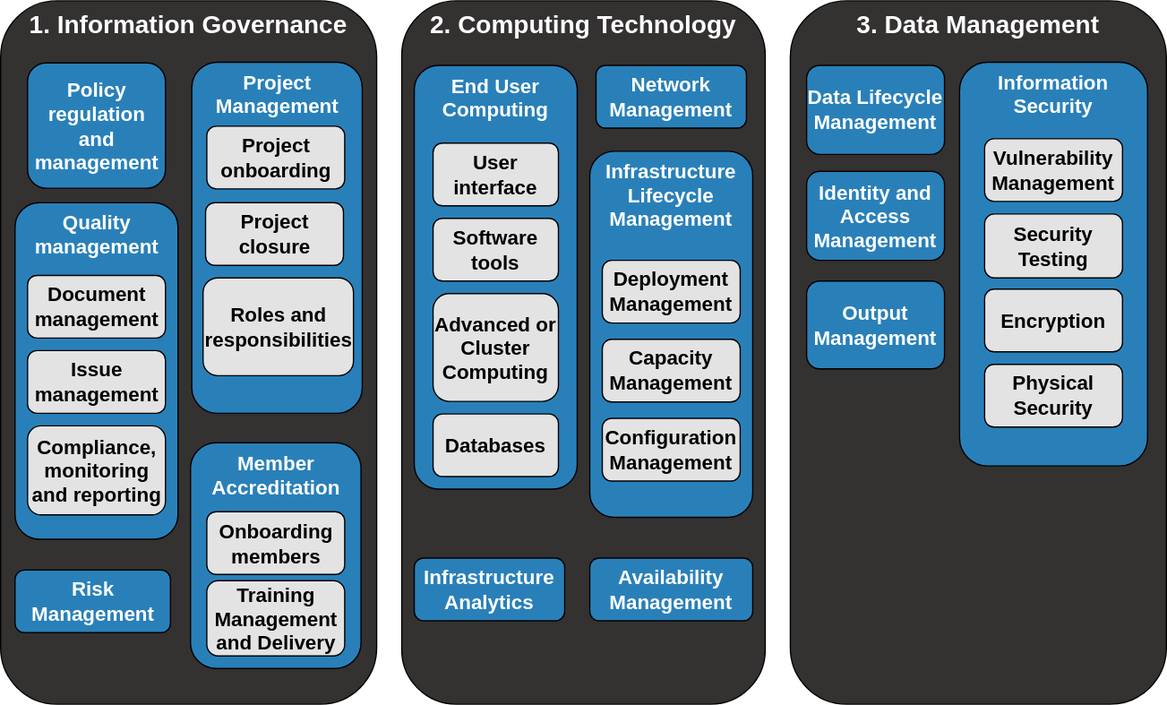
This is docs/images/Capability_Map/full.drawio.svg from sa-tre/satre-specification, a draw.io export, as it was before one commit. Source tidied: cells renumbered, new cells last; positions are measured from the earlier drawing's top-left corner, leaving out a move shared by most shapes. Source of this version:
```xml
<mxGraphModel>
  <root>
    <mxCell id="0" />
    <mxCell id="1" parent="0" />
    <mxCell id="2" value="&lt;font color=&quot;#ffffff&quot; style=&quot;font-size: 20px;&quot;&gt;2. Computing Technology&lt;/font&gt;" style="rounded=1;whiteSpace=wrap;html=1;fillColor=#343131;strokeColor=#000000;verticalAlign=top;fontSize=20;fontStyle=1;" parent="1" vertex="1">
      <mxGeometry x="320" width="290" height="561" as="geometry" />
    </mxCell>
    <mxCell id="3" value="&lt;font color=&quot;#ffffff&quot; style=&quot;font-size: 20px;&quot;&gt;1. Information Governance&lt;/font&gt;" style="rounded=1;whiteSpace=wrap;html=1;fillColor=#343131;strokeColor=#000000;verticalAlign=top;fontSize=20;fontStyle=1;" parent="1" vertex="1">
      <mxGeometry width="300" height="561" as="geometry" />
    </mxCell>
    <mxCell id="4" value="&lt;font color=&quot;#ffffff&quot; style=&quot;font-size: 20px;&quot;&gt;3. Data Management&lt;/font&gt;" style="rounded=1;whiteSpace=wrap;html=1;fillColor=#343131;strokeColor=#000000;verticalAlign=top;fontSize=20;fontStyle=1;gradientColor=none;" parent="1" vertex="1">
      <mxGeometry x="630" width="300" height="561" as="geometry" />
    </mxCell>
    <mxCell id="5" value="&lt;font style=&quot;font-size: 16px;&quot;&gt;Member Accreditation&lt;/font&gt;" style="rounded=1;whiteSpace=wrap;html=1;fillColor=#2980B9;strokeColor=#000000;verticalAlign=top;fontSize=16;fontStyle=1;fontColor=#FFFFFF;" parent="1" vertex="1">
      <mxGeometry x="151.5" y="352.5" width="136" height="180" as="geometry" />
    </mxCell>
    <mxCell id="6" value="&lt;font style=&quot;font-size: 16px;&quot;&gt;Risk Management&lt;/font&gt;" style="rounded=1;whiteSpace=wrap;html=1;fillColor=#2980B9;strokeColor=#000000;fontSize=16;fontStyle=1;fontColor=#FFFFFF;" parent="1" vertex="1">
      <mxGeometry x="11.5" y="454" width="124" height="50" as="geometry" />
    </mxCell>
    <mxCell id="7" value="&lt;font style=&quot;font-size: 16px;&quot;&gt;Training Management and Delivery&lt;/font&gt;" style="rounded=1;whiteSpace=wrap;html=1;fillColor=#E3E3E3;strokeColor=#000000;fontSize=16;fontStyle=1;fontColor=#000000;labelBorderColor=none;" parent="1" vertex="1">
      <mxGeometry x="164.5" y="462.5" width="110" height="60" as="geometry" />
    </mxCell>
    <mxCell id="8" value="&lt;font style=&quot;font-size: 16px;&quot;&gt;Infrastructure Lifecycle Management&amp;nbsp;&lt;/font&gt;" style="rounded=1;whiteSpace=wrap;html=1;fillColor=#2980B9;strokeColor=#000000;verticalAlign=top;fontSize=16;fontStyle=1;fontColor=#FFFFFF;" parent="1" vertex="1">
      <mxGeometry x="470" y="120" width="130" height="292" as="geometry" />
    </mxCell>
    <mxCell id="9" value="&lt;font style=&quot;font-size: 16px;&quot;&gt;Network Management&lt;/font&gt;" style="rounded=1;whiteSpace=wrap;html=1;fillColor=#2980B9;strokeColor=#000000;fontSize=16;fontStyle=1;fontColor=#FFFFFF;" parent="1" vertex="1">
      <mxGeometry x="475" y="51.5" width="120" height="50" as="geometry" />
    </mxCell>
    <mxCell id="10" value="&lt;font style=&quot;font-size: 16px;&quot;&gt;End User Computing&lt;/font&gt;" style="rounded=1;whiteSpace=wrap;html=1;fillColor=#2980B9;strokeColor=#000000;fontSize=16;fontStyle=1;verticalAlign=top;fontColor=#FFFFFF;" parent="1" vertex="1">
      <mxGeometry x="330" y="51.5" width="130" height="338" as="geometry" />
    </mxCell>
    <mxCell id="11" value="&lt;font style=&quot;font-size: 16px;&quot;&gt;Advanced or Cluster Computing&lt;/font&gt;" style="rounded=1;whiteSpace=wrap;html=1;fillColor=#E3E3E3;strokeColor=#000000;fontSize=16;fontStyle=1;fontColor=#000000;labelBorderColor=none;" parent="1" vertex="1">
      <mxGeometry x="345" y="233.5" width="100" height="86" as="geometry" />
    </mxCell>
    <mxCell id="12" value="&lt;font style=&quot;font-size: 16px;&quot;&gt;Capacity Management&lt;/font&gt;" style="rounded=1;whiteSpace=wrap;html=1;fillColor=#E3E3E3;strokeColor=#000000;fontSize=16;fontStyle=1;fontColor=#000000;labelBorderColor=none;" parent="1" vertex="1">
      <mxGeometry x="480" y="270" width="110" height="50" as="geometry" />
    </mxCell>
    <mxCell id="13" value="&lt;font style=&quot;font-size: 16px;&quot;&gt;Deployment Management&lt;/font&gt;" style="rounded=1;whiteSpace=wrap;html=1;fillColor=#E3E3E3;strokeColor=#000000;fontSize=16;fontStyle=1;fontColor=#000000;labelBorderColor=none;" parent="1" vertex="1">
      <mxGeometry x="480" y="207" width="110" height="50" as="geometry" />
    </mxCell>
    <mxCell id="14" value="&lt;font style=&quot;font-size: 16px;&quot;&gt;Configuration Management&lt;/font&gt;" style="rounded=1;whiteSpace=wrap;html=1;fillColor=#E3E3E3;strokeColor=#000000;fontSize=16;fontStyle=1;fontColor=#000000;labelBorderColor=none;" parent="1" vertex="1">
      <mxGeometry x="480" y="333" width="110" height="50" as="geometry" />
    </mxCell>
    <mxCell id="15" value="&lt;font style=&quot;font-size: 16px;&quot;&gt;Output Management&lt;/font&gt;" style="rounded=1;whiteSpace=wrap;html=1;fillColor=#2980B9;strokeColor=#000000;fontSize=16;fontStyle=1;fontColor=#FFFFFF;" parent="1" vertex="1">
      <mxGeometry x="643" y="223.5" width="110" height="70" as="geometry" />
    </mxCell>
    <mxCell id="16" value="&lt;font style=&quot;font-size: 16px;&quot;&gt;Identity and Access Management&lt;/font&gt;" style="rounded=1;whiteSpace=wrap;html=1;fillColor=#2980B9;strokeColor=#000000;fontSize=16;fontStyle=1;fontColor=#FFFFFF;" parent="1" vertex="1">
      <mxGeometry x="643" y="136" width="110" height="71" as="geometry" />
    </mxCell>
    <mxCell id="17" value="&lt;font style=&quot;font-size: 16px;&quot;&gt;Data Lifecycle Management&lt;/font&gt;" style="rounded=1;whiteSpace=wrap;html=1;fillColor=#2980B9;strokeColor=#000000;fontSize=16;fontStyle=1;fontColor=#FFFFFF;" parent="1" vertex="1">
      <mxGeometry x="643" y="51.5" width="110" height="71" as="geometry" />
    </mxCell>
    <mxCell id="18" value="&lt;font style=&quot;font-size: 16px;&quot;&gt;Information Security&lt;/font&gt;" style="rounded=1;whiteSpace=wrap;html=1;fillColor=#2980B9;strokeColor=#000000;verticalAlign=top;fontSize=16;fontStyle=1;fontColor=#FFFFFF;" parent="1" vertex="1">
      <mxGeometry x="765" y="49" width="150" height="322" as="geometry" />
    </mxCell>
    <mxCell id="19" value="&lt;font style=&quot;font-size: 16px;&quot;&gt;Vulnerability Management&lt;/font&gt;" style="rounded=1;whiteSpace=wrap;html=1;fillColor=#E3E3E3;strokeColor=#000000;fontSize=16;fontStyle=1;fontColor=#000000;labelBorderColor=none;" parent="1" vertex="1">
      <mxGeometry x="785" y="110" width="110" height="50" as="geometry" />
    </mxCell>
    <mxCell id="20" value="&lt;font style=&quot;font-size: 16px;&quot;&gt;Security Testing&lt;/font&gt;" style="rounded=1;whiteSpace=wrap;html=1;fillColor=#E3E3E3;strokeColor=#000000;fontSize=16;fontStyle=1;fontColor=#000000;labelBorderColor=none;" parent="1" vertex="1">
      <mxGeometry x="785" y="170" width="110" height="51" as="geometry" />
    </mxCell>
    <mxCell id="21" value="&lt;font style=&quot;font-size: 16px;&quot;&gt;Encryption&lt;/font&gt;" style="rounded=1;whiteSpace=wrap;html=1;fillColor=#E3E3E3;strokeColor=#000000;fontSize=16;fontStyle=1;fontColor=#000000;labelBorderColor=none;" parent="1" vertex="1">
      <mxGeometry x="785" y="230" width="110" height="50" as="geometry" />
    </mxCell>
    <mxCell id="22" value="&lt;font style=&quot;font-size: 16px;&quot;&gt;Physical Security&lt;/font&gt;" style="rounded=1;whiteSpace=wrap;html=1;fillColor=#E3E3E3;strokeColor=#000000;fontSize=16;fontStyle=1;fontColor=#000000;labelBorderColor=none;" parent="1" vertex="1">
      <mxGeometry x="785" y="290" width="110" height="50" as="geometry" />
    </mxCell>
    <mxCell id="23" value="&lt;font style=&quot;font-size: 16px;&quot;&gt;Policy regulation and management&lt;/font&gt;" style="rounded=1;whiteSpace=wrap;html=1;fillColor=#2980B9;strokeColor=#000000;fontSize=16;fontStyle=1;fontColor=#FFFFFF;" parent="1" vertex="1">
      <mxGeometry x="21.5" y="49.5" width="110" height="100" as="geometry" />
    </mxCell>
    <mxCell id="24" value="&lt;font style=&quot;font-size: 16px;&quot;&gt;Quality management&lt;/font&gt;" style="rounded=1;whiteSpace=wrap;html=1;fillColor=#2980B9;strokeColor=#000000;verticalAlign=top;fontSize=16;fontStyle=1;fontColor=#FFFFFF;" parent="1" vertex="1">
      <mxGeometry x="11.5" y="161" width="130" height="268.5" as="geometry" />
    </mxCell>
    <mxCell id="25" value="&lt;font style=&quot;font-size: 16px;&quot;&gt;Document management&lt;/font&gt;" style="rounded=1;whiteSpace=wrap;html=1;fillColor=#E3E3E3;strokeColor=#000000;fontSize=16;fontStyle=1;fontColor=#000000;labelBorderColor=none;" parent="1" vertex="1">
      <mxGeometry x="21.5" y="219" width="110" height="50" as="geometry" />
    </mxCell>
    <mxCell id="26" value="&lt;font style=&quot;font-size: 16px;&quot;&gt;Issue management&lt;/font&gt;" style="rounded=1;whiteSpace=wrap;html=1;fillColor=#E3E3E3;strokeColor=#000000;fontSize=16;fontStyle=1;fontColor=#000000;labelBorderColor=none;" parent="1" vertex="1">
      <mxGeometry x="21.5" y="279" width="110" height="50" as="geometry" />
    </mxCell>
    <mxCell id="27" value="&lt;font style=&quot;font-size: 16px;&quot;&gt;Compliance, monitoring and reporting&lt;/font&gt;" style="rounded=1;whiteSpace=wrap;html=1;fillColor=#E3E3E3;strokeColor=#000000;fontSize=16;fontStyle=1;fontColor=#000000;labelBorderColor=none;" parent="1" vertex="1">
      <mxGeometry x="21.5" y="339" width="110" height="71" as="geometry" />
    </mxCell>
    <mxCell id="28" value="&lt;font style=&quot;font-size: 16px;&quot;&gt;Project Management&lt;/font&gt;" style="rounded=1;whiteSpace=wrap;html=1;fillColor=#2980B9;strokeColor=#000000;verticalAlign=top;fontSize=16;fontStyle=1;fontColor=#FFFFFF;" parent="1" vertex="1">
      <mxGeometry x="152.5" y="49" width="136" height="280" as="geometry" />
    </mxCell>
    <mxCell id="29" value="&lt;font style=&quot;font-size: 16px;&quot;&gt;Project onboarding&lt;/font&gt;" style="rounded=1;whiteSpace=wrap;html=1;fillColor=#E3E3E3;strokeColor=#000000;fontSize=16;fontStyle=1;fontColor=#000000;labelBorderColor=none;" parent="1" vertex="1">
      <mxGeometry x="164.5" y="100" width="110" height="50" as="geometry" />
    </mxCell>
    <mxCell id="30" value="&lt;font style=&quot;font-size: 16px;&quot;&gt;Project closure&lt;/font&gt;" style="rounded=1;whiteSpace=wrap;html=1;fillColor=#E3E3E3;strokeColor=#000000;fontSize=16;fontStyle=1;fontColor=#000000;labelBorderColor=none;" parent="1" vertex="1">
      <mxGeometry x="163.5" y="161" width="110" height="50" as="geometry" />
    </mxCell>
    <mxCell id="31" value="&lt;font style=&quot;font-size: 16px;&quot;&gt;Roles and responsibilities&lt;/font&gt;" style="rounded=1;whiteSpace=wrap;html=1;fillColor=#E3E3E3;strokeColor=#000000;fontSize=16;fontStyle=1;fontColor=#000000;labelBorderColor=none;" parent="1" vertex="1">
      <mxGeometry x="161.5" y="221" width="120" height="78" as="geometry" />
    </mxCell>
    <mxCell id="32" value="&lt;font style=&quot;font-size: 16px;&quot;&gt;Onboarding members&lt;/font&gt;" style="rounded=1;whiteSpace=wrap;html=1;fillColor=#E3E3E3;strokeColor=#000000;fontSize=16;fontStyle=1;fontColor=#000000;labelBorderColor=none;" parent="1" vertex="1">
      <mxGeometry x="164.5" y="407.5" width="110" height="50" as="geometry" />
    </mxCell>
    <mxCell id="33" value="&lt;font style=&quot;font-size: 16px;&quot;&gt;User interface&lt;/font&gt;" style="rounded=1;whiteSpace=wrap;html=1;fillColor=#E3E3E3;strokeColor=#000000;fontSize=16;fontStyle=1;fontColor=#000000;labelBorderColor=none;" parent="1" vertex="1">
      <mxGeometry x="345" y="113.5" width="100" height="50" as="geometry" />
    </mxCell>
    <mxCell id="34" value="&lt;font style=&quot;font-size: 16px;&quot;&gt;Software tools&lt;/font&gt;" style="rounded=1;whiteSpace=wrap;html=1;fillColor=#E3E3E3;strokeColor=#000000;fontSize=16;fontStyle=1;fontColor=#000000;labelBorderColor=none;" parent="1" vertex="1">
      <mxGeometry x="345" y="173.5" width="100" height="50" as="geometry" />
    </mxCell>
    <mxCell id="35" value="&lt;font style=&quot;font-size: 16px;&quot;&gt;Databases&lt;/font&gt;" style="rounded=1;whiteSpace=wrap;html=1;fillColor=#E3E3E3;strokeColor=#000000;fontSize=16;fontStyle=1;fontColor=#000000;labelBorderColor=none;" parent="1" vertex="1">
      <mxGeometry x="345" y="329.5" width="100" height="50" as="geometry" />
    </mxCell>
    <mxCell id="36" value="&lt;font style=&quot;font-size: 16px;&quot;&gt;Infrastructure Analytics&lt;/font&gt;" style="rounded=1;whiteSpace=wrap;html=1;fillColor=#2980B9;strokeColor=#000000;fontSize=16;fontStyle=1;fontColor=#FFFFFF;" parent="1" vertex="1">
      <mxGeometry x="330" y="444.5" width="120" height="50" as="geometry" />
    </mxCell>
    <mxCell id="37" value="&lt;font style=&quot;font-size: 16px;&quot;&gt;Availability Management&lt;/font&gt;" style="rounded=1;whiteSpace=wrap;html=1;fillColor=#2980B9;strokeColor=#000000;fontSize=16;fontStyle=1;fontColor=#FFFFFF;" parent="1" vertex="1">
      <mxGeometry x="470" y="444.5" width="130" height="50" as="geometry" />
    </mxCell>
  </root>
</mxGraphModel>
```
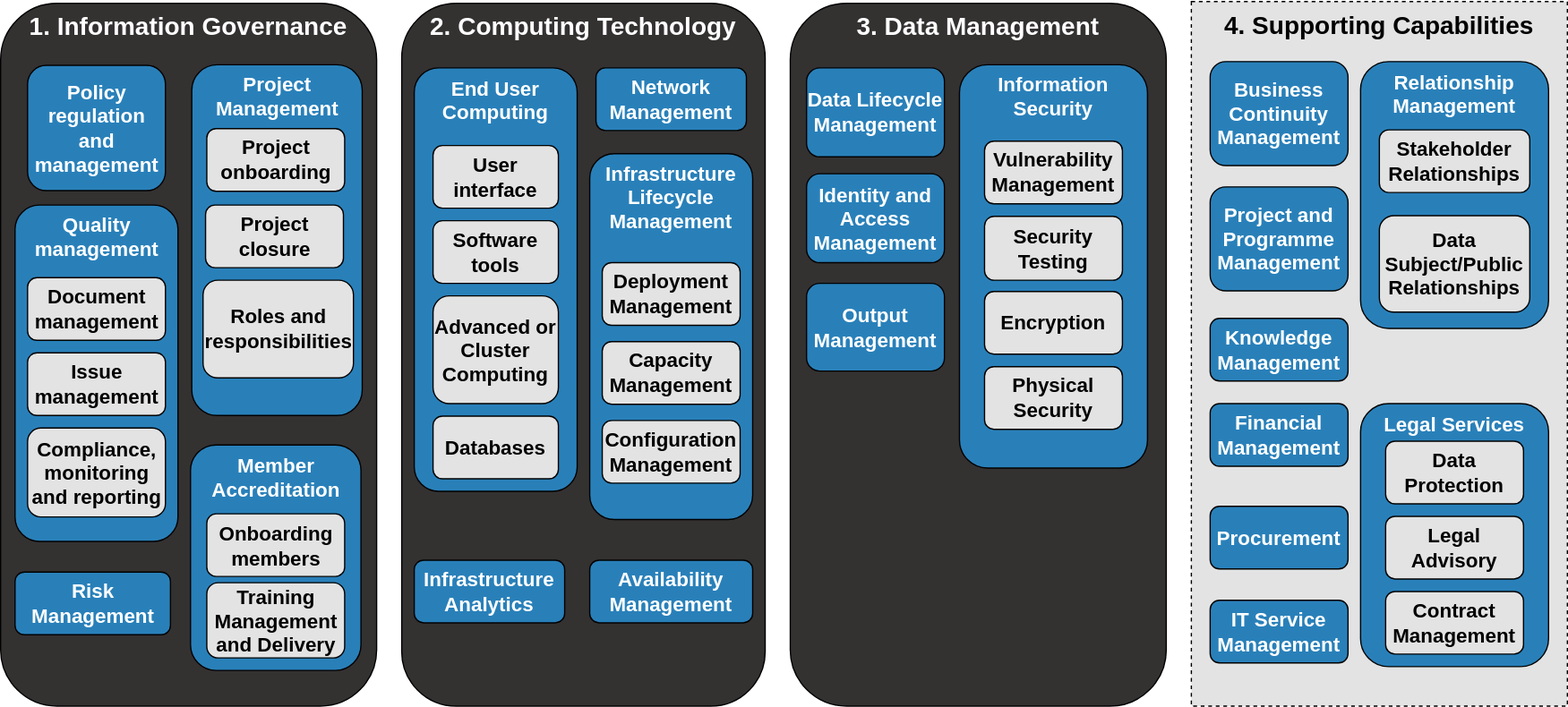
Later version of the same file.

Commit message:
add supporting back to branch

The edit, as a diff of the source:
```diff
@@ -110,5 +110,47 @@
     <mxCell id="37" value="&lt;font style=&quot;font-size: 16px;&quot;&gt;Availability Management&lt;/font&gt;" style="rounded=1;whiteSpace=wrap;html=1;fillColor=#2980B9;strokeColor=#000000;fontSize=16;fontStyle=1;fontColor=#FFFFFF;" parent="1" vertex="1">
       <mxGeometry x="470" y="444.5" width="130" height="50" as="geometry" />
     </mxCell>
+    <mxCell id="38" value="&lt;font style=&quot;font-size: 20px;&quot;&gt;4. Supporting Capabilities&lt;/font&gt;" style="rounded=0;whiteSpace=wrap;html=1;verticalAlign=top;dashed=1;fontSize=20;fontStyle=1;fillColor=#E3E3E3;strokeColor=#000000;" parent="1" vertex="1">
+      <mxGeometry x="950" y="-1.5" width="300" height="562.5" as="geometry" />
+    </mxCell>
+    <mxCell id="39" value="Knowledge Management" style="rounded=1;whiteSpace=wrap;html=1;fillColor=#2980B9;strokeColor=#000000;fontSize=16;fontStyle=1;fontColor=#FFFFFF;" parent="1" vertex="1">
+      <mxGeometry x="965" y="251.5" width="110" height="50" as="geometry" />
+    </mxCell>
+    <mxCell id="40" value="&lt;font style=&quot;font-size: 16px;&quot;&gt;Project and Programme Management&lt;/font&gt;" style="rounded=1;whiteSpace=wrap;html=1;fillColor=#2980B9;strokeColor=#000000;fontSize=16;fontStyle=1;fontColor=#FFFFFF;" parent="1" vertex="1">
+      <mxGeometry x="965" y="146.5" width="110" height="83" as="geometry" />
+    </mxCell>
+    <mxCell id="41" value="&lt;font style=&quot;font-size: 16px;&quot;&gt;Business Continuity Management&lt;/font&gt;" style="rounded=1;whiteSpace=wrap;html=1;fillColor=#2980B9;strokeColor=#000000;fontSize=16;fontStyle=1;fontColor=#FFFFFF;" parent="1" vertex="1">
+      <mxGeometry x="965" y="46.5" width="110" height="83" as="geometry" />
+    </mxCell>
+    <mxCell id="42" value="Financial Management" style="rounded=1;whiteSpace=wrap;html=1;fillColor=#2980B9;strokeColor=#000000;fontSize=16;fontStyle=1;fontColor=#FFFFFF;" parent="1" vertex="1">
+      <mxGeometry x="965" y="319.5" width="110" height="50" as="geometry" />
+    </mxCell>
+    <mxCell id="43" value="&lt;font style=&quot;font-size: 16px;&quot;&gt;Relationship Management&lt;/font&gt;" style="rounded=1;whiteSpace=wrap;html=1;fillColor=#2980B9;strokeColor=#000000;verticalAlign=top;fontSize=16;fontStyle=1;fontColor=#FFFFFF;" parent="1" vertex="1">
+      <mxGeometry x="1085" y="46.5" width="150" height="213" as="geometry" />
+    </mxCell>
+    <mxCell id="44" value="&lt;font style=&quot;font-size: 16px;&quot;&gt;Stakeholder Relationships&lt;/font&gt;" style="rounded=1;whiteSpace=wrap;html=1;fillColor=#E3E3E3;strokeColor=#000000;fontSize=16;fontStyle=1;fontColor=#000000;labelBorderColor=none;" parent="1" vertex="1">
+      <mxGeometry x="1100" y="101" width="120" height="50" as="geometry" />
+    </mxCell>
+    <mxCell id="45" value="&lt;font style=&quot;font-size: 16px;&quot;&gt;Data Subject/Public Relationships&lt;/font&gt;" style="rounded=1;whiteSpace=wrap;html=1;fillColor=#E3E3E3;strokeColor=#000000;fontSize=16;fontStyle=1;fontColor=#000000;labelBorderColor=none;" parent="1" vertex="1">
+      <mxGeometry x="1100" y="169.5" width="120" height="77" as="geometry" />
+    </mxCell>
+    <mxCell id="46" value="&lt;font style=&quot;font-size: 16px;&quot;&gt;Legal Services&lt;/font&gt;" style="rounded=1;whiteSpace=wrap;html=1;fillColor=#2980B9;strokeColor=#000000;verticalAlign=top;fontSize=16;fontStyle=1;fontColor=#FFFFFF;" parent="1" vertex="1">
+      <mxGeometry x="1085" y="319.5" width="150" height="210" as="geometry" />
+    </mxCell>
+    <mxCell id="47" value="&lt;font style=&quot;font-size: 16px;&quot;&gt;Data Protection&lt;/font&gt;" style="rounded=1;whiteSpace=wrap;html=1;fillColor=#E3E3E3;strokeColor=#000000;fontSize=16;fontStyle=1;fontColor=#000000;labelBorderColor=none;" parent="1" vertex="1">
+      <mxGeometry x="1105" y="349.5" width="110" height="50" as="geometry" />
+    </mxCell>
+    <mxCell id="48" value="&lt;font style=&quot;font-size: 16px;&quot;&gt;Legal Advisory&lt;/font&gt;" style="rounded=1;whiteSpace=wrap;html=1;fillColor=#E3E3E3;strokeColor=#000000;fontSize=16;fontStyle=1;fontColor=#000000;labelBorderColor=none;" parent="1" vertex="1">
+      <mxGeometry x="1105" y="409.5" width="110" height="50" as="geometry" />
+    </mxCell>
+    <mxCell id="49" value="Contract Management" style="rounded=1;whiteSpace=wrap;html=1;fillColor=#E3E3E3;strokeColor=#000000;fontSize=16;fontStyle=1;fontColor=#000000;labelBorderColor=none;" parent="1" vertex="1">
+      <mxGeometry x="1105" y="469.5" width="110" height="50" as="geometry" />
+    </mxCell>
+    <mxCell id="50" value="Procurement" style="rounded=1;whiteSpace=wrap;html=1;fillColor=#2980B9;strokeColor=#000000;fontSize=16;fontStyle=1;fontColor=#FFFFFF;" parent="1" vertex="1">
+      <mxGeometry x="965" y="401.5" width="110" height="50" as="geometry" />
+    </mxCell>
+    <mxCell id="51" value="IT Service Management" style="rounded=1;whiteSpace=wrap;html=1;fillColor=#2980B9;strokeColor=#000000;fontSize=16;fontStyle=1;fontColor=#FFFFFF;" parent="1" vertex="1">
+      <mxGeometry x="965" y="476.5" width="110" height="50" as="geometry" />
+    </mxCell>
   </root>
 </mxGraphModel>
```
